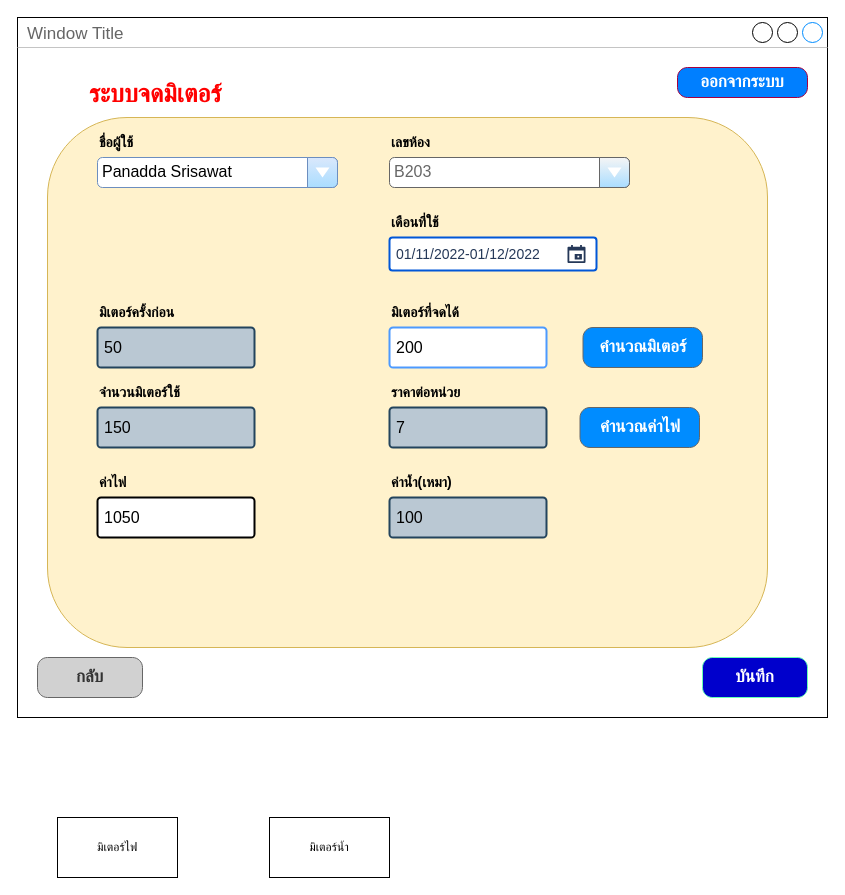
The draw.io diagram page "meter" (1 of 16) of SE.drawio in nunpromporn/SE, before the edit. Source tidied: cells renumbered, new cells numbered last; positions are measured from the earlier drawing's top-left corner, leaving out a move shared by most shapes. Both pictures are drawn from the tidied source at 100%, with x=0, y=0 at pixel (17, 17).
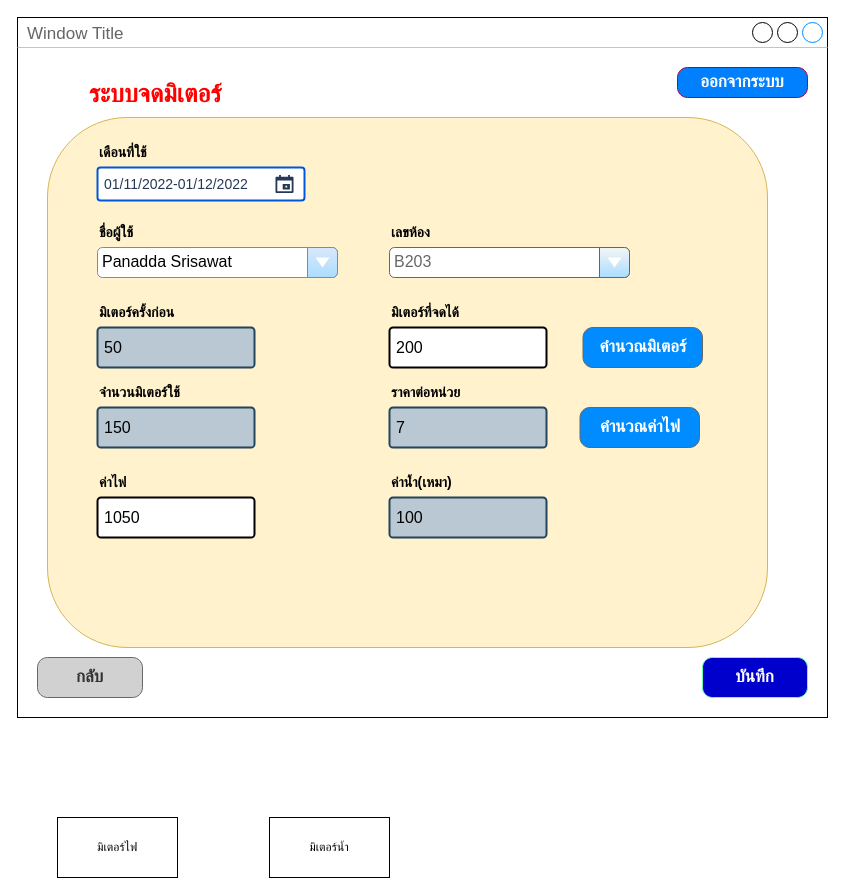
The same diagram, later.

Diff of the diagram source:
```diff
@@
     <mxCell id="7" value="&lt;span style=&quot;font-size: 14px;&quot;&gt;&lt;b&gt;เลขห้อง&lt;/b&gt;&lt;/span&gt;" style="text;html=1;strokeColor=none;fillColor=none;align=left;verticalAlign=middle;whiteSpace=wrap;rounded=0;" parent="1" vertex="1">
-      <mxGeometry x="372" y="110" width="90" height="30" as="geometry" />
+      <mxGeometry x="372" y="200" width="90" height="30" as="geometry" />
     </mxCell>
@@
     <mxCell id="12" value="&lt;font style=&quot;font-size: 16px;&quot; color=&quot;#666666&quot;&gt;B203&lt;/font&gt;" style="strokeWidth=1;shadow=0;dashed=0;align=center;html=1;shape=mxgraph.mockup.forms.comboBox;align=left;fillColor2=#aaddff;mainText=;fontSize=17;spacingLeft=3;fillColor=#f5f5f5;strokeColor=#666666;fontColor=#333333;" parent="1" vertex="1">
-      <mxGeometry x="372" y="140" width="240" height="30" as="geometry" />
+      <mxGeometry x="372" y="230" width="240" height="30" as="geometry" />
     </mxCell>
@@
     <mxCell id="16" value="&lt;span style=&quot;font-size: 14px;&quot;&gt;&lt;b&gt;เดือนที่ใช้&lt;/b&gt;&lt;/span&gt;" style="text;html=1;strokeColor=none;fillColor=none;align=left;verticalAlign=middle;whiteSpace=wrap;rounded=0;" parent="1" vertex="1">
-      <mxGeometry x="372" y="190" width="120" height="30" as="geometry" />
+      <mxGeometry x="80" y="120" width="120" height="30" as="geometry" />
     </mxCell>
     <mxCell id="17" value="&lt;font style=&quot;font-size: 14px;&quot;&gt;01/11/2022-01/12/2022&lt;/font&gt;" style="rounded=1;arcSize=9;fillColor=#ffffff;align=left;spacingLeft=5;strokeColor=#0057D8;html=1;strokeWidth=2;fontColor=#253858;fontSize=12;" parent="1" vertex="1">
-      <mxGeometry x="372" y="220" width="207" height="33" as="geometry" />
+      <mxGeometry x="80" y="150" width="207" height="33" as="geometry" />
     </mxCell>
@@
-    <mxCell id="19" value="&lt;font style=&quot;font-size: 16px;&quot;&gt;200&lt;/font&gt;" style="rounded=1;arcSize=9;align=left;spacingLeft=5;strokeColor=#4C9AFF;html=1;strokeWidth=2;fontSize=12;" parent="1" vertex="1">
-      <mxGeometry x="372" y="310" width="157" height="40" as="geometry" />
-    </mxCell>
@@
     <mxCell id="27" value="&lt;font style=&quot;font-size: 16px;&quot;&gt;Panadda Srisawat&lt;/font&gt;" style="strokeWidth=1;shadow=0;dashed=0;align=center;html=1;shape=mxgraph.mockup.forms.comboBox;strokeColor=#6c8ebf;fillColor=#dae8fc;align=left;fillColor2=#aaddff;mainText=;fontSize=17;spacingLeft=3;" parent="1" vertex="1">
-      <mxGeometry x="80" y="140" width="240" height="30" as="geometry" />
+      <mxGeometry x="80" y="230" width="240" height="30" as="geometry" />
     </mxCell>
     <mxCell id="28" value="&lt;span style=&quot;font-size: 14px;&quot;&gt;&lt;b&gt;ชื่อผู้ใช้&lt;/b&gt;&lt;/span&gt;" style="text;html=1;strokeColor=none;fillColor=none;align=left;verticalAlign=middle;whiteSpace=wrap;rounded=0;" parent="1" vertex="1">
-      <mxGeometry x="80" y="110" width="90" height="30" as="geometry" />
+      <mxGeometry x="80" y="200" width="90" height="30" as="geometry" />
     </mxCell>
@@
+    <mxCell id="19" value="&lt;font style=&quot;font-size: 16px;&quot;&gt;200&lt;/font&gt;" style="rounded=1;arcSize=9;align=left;spacingLeft=5;html=1;strokeWidth=2;fontSize=12;" parent="1" vertex="1">
+      <mxGeometry x="372" y="310" width="157" height="40" as="geometry" />
+    </mxCell>
```
